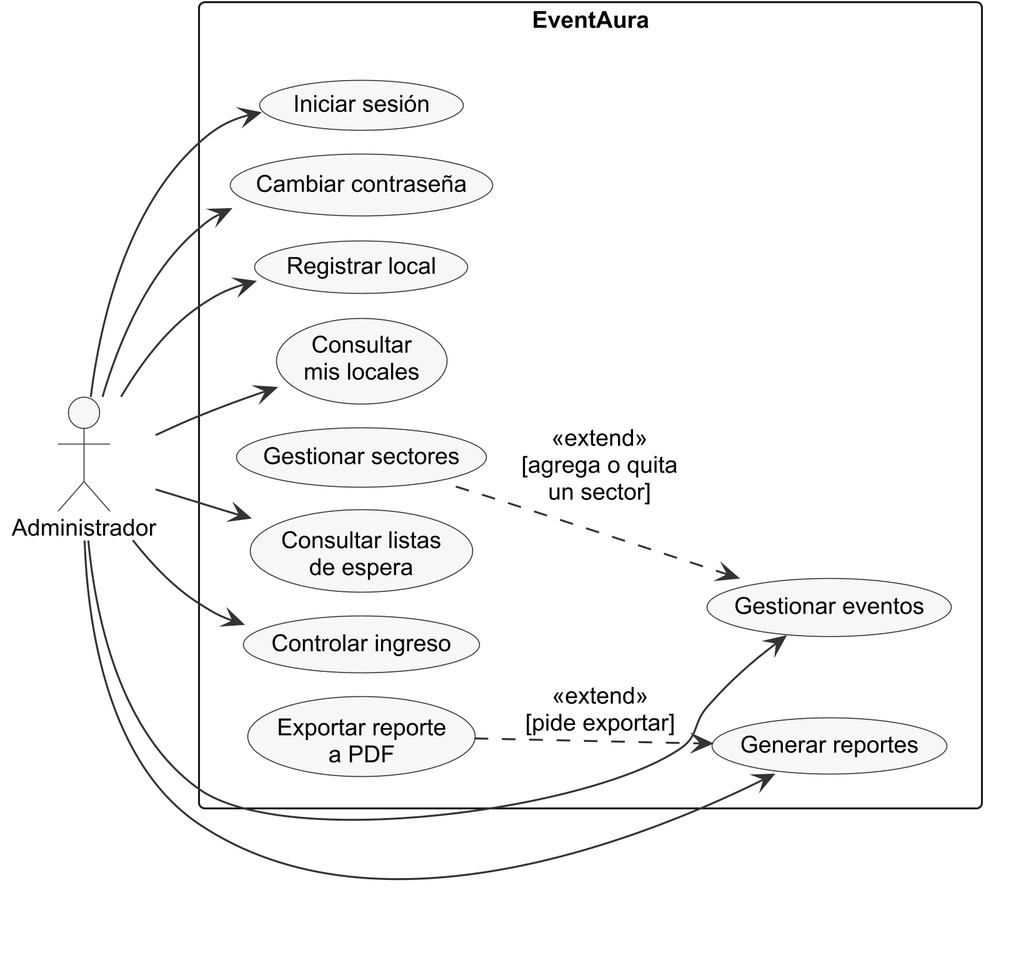
The PlantUML diagram docs/diagramas/casos-uso-administrador.png in MaximoAmbro/TrabajoDeDiploma, before a commit. Source of this version:
```plantuml
@startuml casos-uso-administrador
skinparamlocked dpi 300
!include _estilo.iuml
left to right direction
skinparam nodesep 12
skinparam ranksep 25

actor Administrador

rectangle "EventAura" {
  usecase "Iniciar sesión" as Iniciar
  usecase "Cambiar contraseña" as Cambiar
  usecase "Registrar local" as RegistrarLocal
  usecase "Consultar\nmis locales" as Locales
  usecase "Gestionar eventos" as Eventos
  usecase "Gestionar sectores" as Sectores
  usecase "Consultar listas\nde espera" as Listas
  usecase "Controlar ingreso" as Ingreso
  usecase "Generar reportes" as Reportes
  usecase "Exportar reporte\na PDF" as Exportar
}

Administrador --> Iniciar
Administrador --> Cambiar
Administrador --> RegistrarLocal
Administrador --> Locales
Administrador --> Eventos
Administrador --> Listas
Administrador --> Ingreso
Administrador --> Reportes
Sectores ..> Eventos : <<extend>>\n[agrega o quita\nun sector]
Exportar ..> Reportes : <<extend>>\n[pide exportar]
@enduml
```
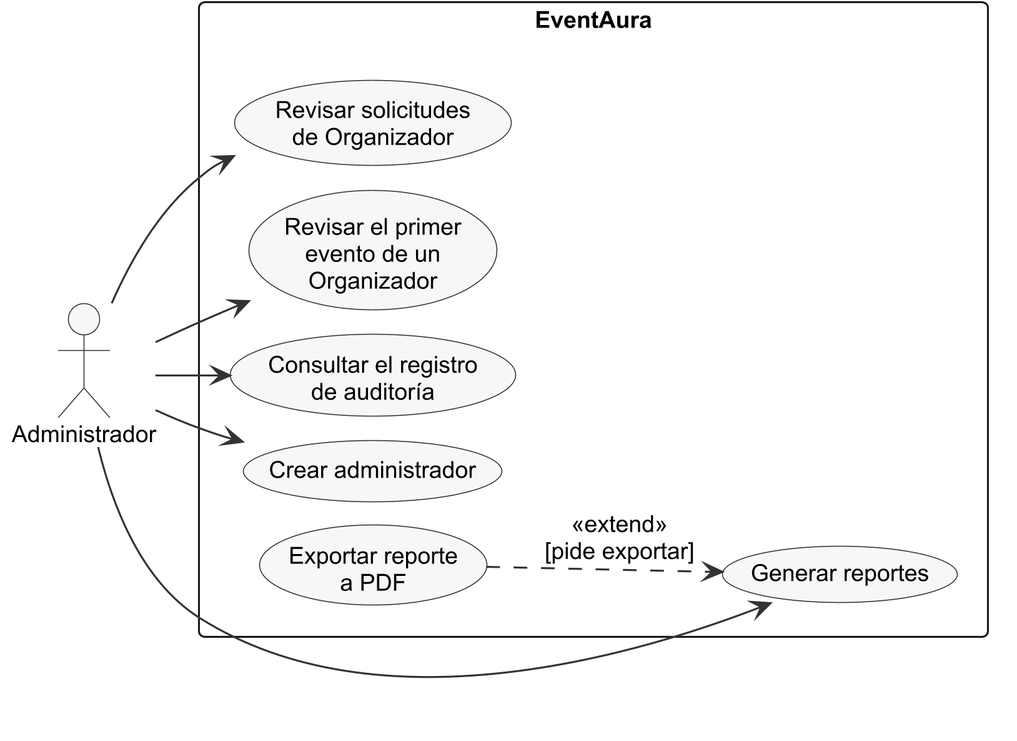
After the commit.

The edit, as a diff of the source:
```diff
@@ -8,26 +8,18 @@
 actor Administrador
 
 rectangle "EventAura" {
-  usecase "Iniciar sesión" as Iniciar
-  usecase "Cambiar contraseña" as Cambiar
-  usecase "Registrar local" as RegistrarLocal
-  usecase "Consultar\nmis locales" as Locales
-  usecase "Gestionar eventos" as Eventos
-  usecase "Gestionar sectores" as Sectores
-  usecase "Consultar listas\nde espera" as Listas
-  usecase "Controlar ingreso" as Ingreso
+  usecase "Revisar solicitudes\nde Organizador" as Solicitudes
+  usecase "Revisar el primer\nevento de un\nOrganizador" as Revision
+  usecase "Consultar el registro\nde auditoría" as Auditoria
+  usecase "Crear administrador" as Crear
   usecase "Generar reportes" as Reportes
   usecase "Exportar reporte\na PDF" as Exportar
 }
 
-Administrador --> Iniciar
-Administrador --> Cambiar
-Administrador --> RegistrarLocal
-Administrador --> Locales
-Administrador --> Eventos
-Administrador --> Listas
-Administrador --> Ingreso
+Administrador --> Solicitudes
+Administrador --> Revision
+Administrador --> Auditoria
+Administrador --> Crear
 Administrador --> Reportes
-Sectores ..> Eventos : <<extend>>\n[agrega o quita\nun sector]
 Exportar ..> Reportes : <<extend>>\n[pide exportar]
 @enduml
```
